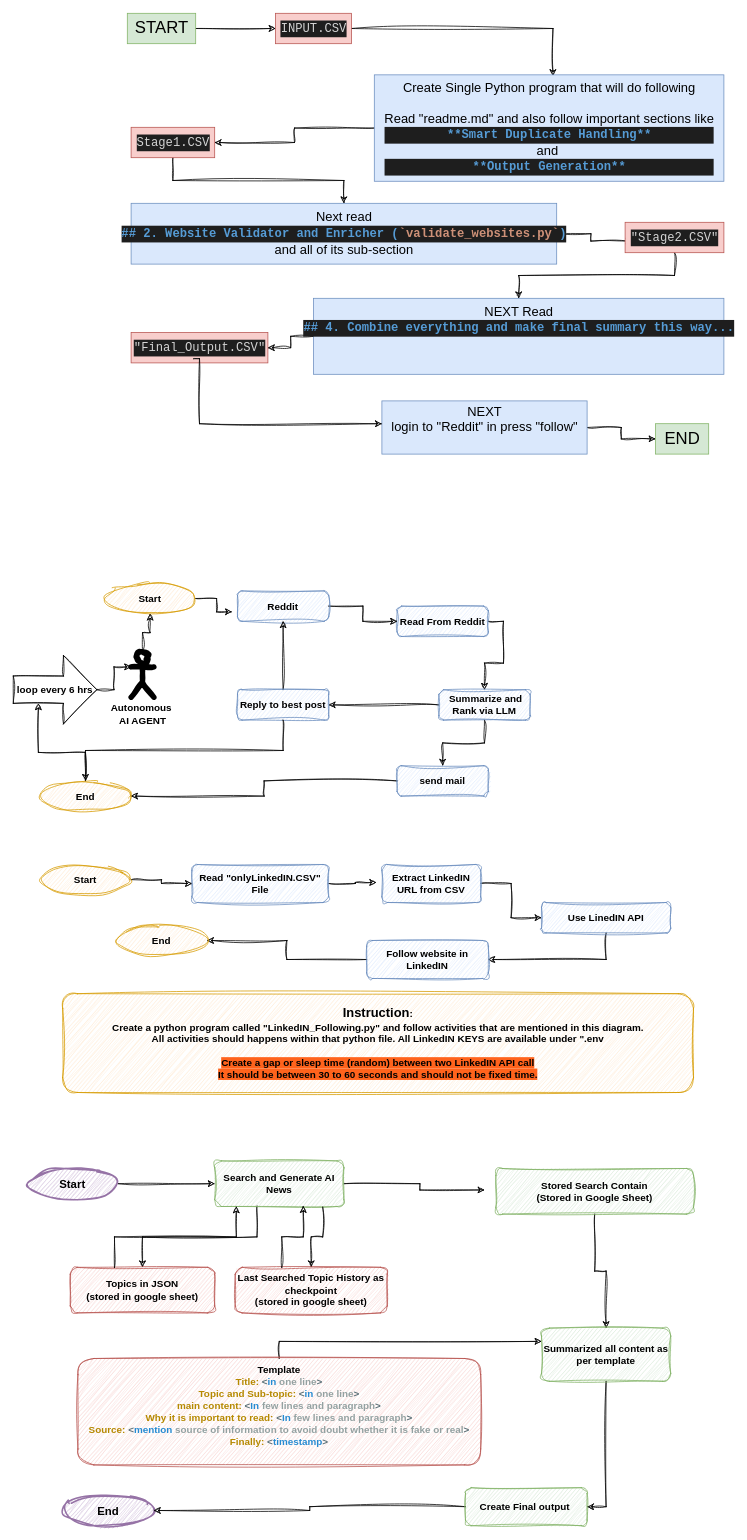
anjali52deb/draw-io keeps this draw.io diagram as tryPEN-Tool.drawio. Above is the earlier version. Source tidied: cells renumbered, new cells numbered last; positions are measured from the earlier drawing's top-left corner, leaving out a move shared by most shapes. Both pictures are drawn from the tidied source at 76%, with x=0, y=0 at pixel (13, 13).
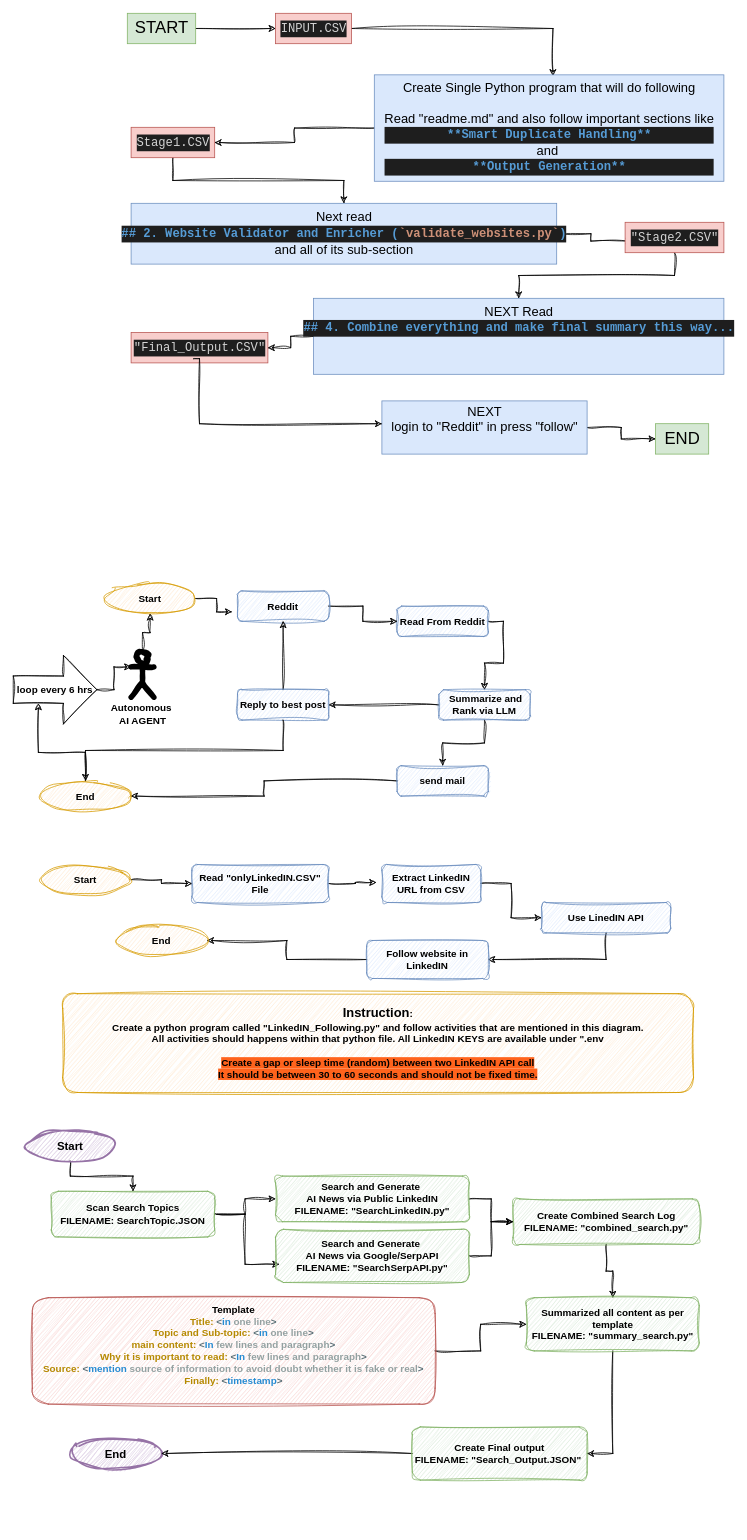
The same page after the edit.

Diff of the diagram source:
```diff
@@
-    <mxCell id="53" style="edgeStyle=orthogonalEdgeStyle;rounded=0;sketch=1;hachureGap=4;jiggle=2;curveFitting=1;jettySize=auto;html=1;fontFamily=Architects Daughter;entryX=-0.058;entryY=0.471;entryDx=0;entryDy=0;entryPerimeter=0;" parent="1" edge="1" source="55" target="58">
+    <mxCell id="53" style="edgeStyle=orthogonalEdgeStyle;rounded=0;sketch=1;hachureGap=4;jiggle=2;curveFitting=1;jettySize=auto;html=1;fontFamily=Architects Daughter;entryX=0;entryY=0.5;entryDx=0;entryDy=0;" parent="1" edge="1" source="55" target="58">
       <mxGeometry relative="1" as="geometry" />
     </mxCell>
-    <mxCell id="54" style="edgeStyle=orthogonalEdgeStyle;rounded=0;sketch=1;hachureGap=4;jiggle=2;curveFitting=1;jettySize=auto;html=1;fontFamily=Architects Daughter;exitX=0.327;exitY=0.99;exitDx=0;exitDy=0;exitPerimeter=0;" parent="1" edge="1" source="55" target="65">
-      <mxGeometry relative="1" as="geometry" />
-    </mxCell>
-    <mxCell id="55" value="Search and Generate AI News" style="rounded=1;whiteSpace=wrap;html=1;sketch=1;hachureGap=4;jiggle=2;curveFitting=1;fontFamily=Helvetica;fontSize=13;fontStyle=1;fillColor=#d5e8d4;strokeColor=#82b366;" parent="1" vertex="1">
-      <mxGeometry x="265" y="1510" width="170" height="60" as="geometry" />
+    <mxCell id="55" value="&lt;div&gt;Search and Generate&amp;nbsp;&lt;/div&gt;&lt;div&gt;AI News&amp;nbsp;via Public LinkedIN&lt;br&gt;FILENAME: &quot;SearchLinkedIN.py&quot;&lt;/div&gt;" style="rounded=1;whiteSpace=wrap;html=1;sketch=1;hachureGap=4;jiggle=2;curveFitting=1;fontFamily=Helvetica;fontSize=13;fontStyle=1;fillColor=#d5e8d4;strokeColor=#82b366;" parent="1" vertex="1">
+      <mxGeometry x="345" y="1530" width="255" height="60" as="geometry" />
     </mxCell>
@@
-    <mxCell id="58" value="&lt;div&gt;Stored Search Contain&lt;/div&gt;&lt;div&gt;(Stored in Google Sheet)&lt;/div&gt;" style="rounded=1;whiteSpace=wrap;html=1;sketch=1;hachureGap=4;jiggle=2;curveFitting=1;fontFamily=Helvetica;fontSize=13;fontStyle=1;fillColor=#d5e8d4;strokeColor=#82b366;" parent="1" vertex="1">
-      <mxGeometry x="635" y="1520" width="260" height="60" as="geometry" />
+    <mxCell id="58" value="&lt;div&gt;Create Combined Search Log&lt;/div&gt;&lt;div&gt;FILENAME: &quot;combined_search.py&quot;&lt;/div&gt;" style="rounded=1;whiteSpace=wrap;html=1;sketch=1;hachureGap=4;jiggle=2;curveFitting=1;fontFamily=Helvetica;fontSize=13;fontStyle=1;fillColor=#d5e8d4;strokeColor=#82b366;" parent="1" vertex="1">
+      <mxGeometry x="657.5" y="1560" width="245" height="60" as="geometry" />
     </mxCell>
-    <mxCell id="59" style="edgeStyle=orthogonalEdgeStyle;rounded=0;sketch=1;hachureGap=4;jiggle=2;curveFitting=1;jettySize=auto;html=1;fontFamily=Architects Daughter;" parent="1" edge="1" source="60" target="55">
+    <mxCell id="59" style="edgeStyle=orthogonalEdgeStyle;rounded=0;sketch=1;hachureGap=4;jiggle=2;curveFitting=1;jettySize=auto;html=1;fontFamily=Architects Daughter;exitX=1;exitY=0.5;exitDx=0;exitDy=0;entryX=0;entryY=0.5;entryDx=0;entryDy=0;" parent="1" edge="1" source="76" target="55">
       <mxGeometry relative="1" as="geometry" />
     </mxCell>
+    <mxCell id="72" style="edgeStyle=orthogonalEdgeStyle;rounded=0;sketch=1;hachureGap=4;jiggle=2;curveFitting=1;jettySize=auto;html=1;fontFamily=Architects Daughter;entryX=0.019;entryY=0.657;entryDx=0;entryDy=0;entryPerimeter=0;exitX=1;exitY=0.5;exitDx=0;exitDy=0;" parent="1" edge="1" source="76" target="75">
+      <mxGeometry relative="1" as="geometry" />
+    </mxCell>
+    <mxCell id="73" style="edgeStyle=orthogonalEdgeStyle;rounded=0;sketch=1;hachureGap=4;jiggle=2;curveFitting=1;jettySize=auto;html=1;fontFamily=Architects Daughter;" parent="1" edge="1" source="60" target="76">
+      <mxGeometry relative="1" as="geometry" />
+    </mxCell>
     <mxCell id="60" value="Start" style="ellipse;whiteSpace=wrap;html=1;sketch=1;hachureGap=4;jiggle=2;curveFitting=1;fontFamily=Helvetica;fontSize=15;fontStyle=1;fillColor=#e1d5e7;strokeColor=#9673a6;strokeWidth=2;" parent="1" vertex="1">
-      <mxGeometry x="18" y="1520" width="120" height="40" as="geometry" />
+      <mxGeometry x="15" y="1470" width="120" height="40" as="geometry" />
     </mxCell>
     <mxCell id="61" value="End" style="ellipse;whiteSpace=wrap;html=1;sketch=1;hachureGap=4;jiggle=2;curveFitting=1;fontFamily=Helvetica;fontSize=15;fontStyle=1;fillColor=#e1d5e7;strokeColor=#9673a6;strokeWidth=2;" parent="1" vertex="1">
-      <mxGeometry x="65" y="1950" width="120" height="40" as="geometry" />
+      <mxGeometry x="75" y="1875" width="120" height="40" as="geometry" />
     </mxCell>
-    <mxCell id="62" value="Summarized all content as per template" style="rounded=1;whiteSpace=wrap;html=1;sketch=1;hachureGap=4;jiggle=2;curveFitting=1;fontFamily=Helvetica;fontSize=13;fontStyle=1;fillColor=#d5e8d4;strokeColor=#82b366;" parent="1" vertex="1">
-      <mxGeometry x="695" y="1730" width="170" height="70" as="geometry" />
+    <mxCell id="62" value="Summarized all content as per template&lt;br&gt;FILENAME: &quot;summary_search.py&quot;" style="rounded=1;whiteSpace=wrap;html=1;sketch=1;hachureGap=4;jiggle=2;curveFitting=1;fontFamily=Helvetica;fontSize=13;fontStyle=1;fillColor=#d5e8d4;strokeColor=#82b366;" parent="1" vertex="1">
+      <mxGeometry x="675" y="1690" width="227.5" height="70" as="geometry" />
     </mxCell>
@@
-    <mxCell id="64" value="Create Final output&amp;nbsp;" style="rounded=1;whiteSpace=wrap;html=1;sketch=1;hachureGap=4;jiggle=2;curveFitting=1;fontFamily=Helvetica;fontSize=13;fontStyle=1;fillColor=#d5e8d4;strokeColor=#82b366;" parent="1" vertex="1">
-      <mxGeometry x="595" y="1940" width="160" height="50" as="geometry" />
+    <mxCell id="64" value="&lt;div&gt;Create Final output&lt;/div&gt;&lt;div&gt;FILENAME: &quot;Search_Output.JSON&quot;&amp;nbsp;&lt;/div&gt;" style="rounded=1;whiteSpace=wrap;html=1;sketch=1;hachureGap=4;jiggle=2;curveFitting=1;fontFamily=Helvetica;fontSize=13;fontStyle=1;fillColor=#d5e8d4;strokeColor=#82b366;" parent="1" vertex="1">
+      <mxGeometry x="525" y="1860" width="230" height="70" as="geometry" />
     </mxCell>
-    <mxCell id="65" value="&lt;div&gt;Topics in JSON&lt;/div&gt;&lt;div&gt;(stored in google sheet)&lt;/div&gt;" style="rounded=1;whiteSpace=wrap;html=1;sketch=1;hachureGap=4;jiggle=2;curveFitting=1;fontFamily=Helvetica;fontSize=13;fontStyle=1;fillColor=#f8cecc;strokeColor=#b85450;" parent="1" vertex="1">
-      <mxGeometry x="75" y="1650" width="190" height="60" as="geometry" />
-    </mxCell>
-    <mxCell id="66" style="edgeStyle=orthogonalEdgeStyle;rounded=0;sketch=1;hachureGap=4;jiggle=2;curveFitting=1;jettySize=auto;html=1;fontFamily=Architects Daughter;exitX=0.306;exitY=0.007;exitDx=0;exitDy=0;exitPerimeter=0;entryX=0.167;entryY=1;entryDx=0;entryDy=0;entryPerimeter=0;" parent="1" edge="1" source="65" target="55">
-      <mxGeometry relative="1" as="geometry" />
-    </mxCell>
-    <mxCell id="67" style="edgeStyle=orthogonalEdgeStyle;rounded=0;sketch=1;hachureGap=4;jiggle=2;curveFitting=1;jettySize=auto;html=1;fontFamily=Architects Daughter;exitX=0.836;exitY=1.014;exitDx=0;exitDy=0;exitPerimeter=0;" parent="1" edge="1" source="55" target="68">
-      <mxGeometry relative="1" as="geometry" />
-    </mxCell>
-    <mxCell id="68" value="&lt;div&gt;Last Searched Topic History as checkpoint&lt;/div&gt;&lt;div&gt;(stored in google sheet)&lt;/div&gt;" style="rounded=1;whiteSpace=wrap;html=1;sketch=1;hachureGap=4;jiggle=2;curveFitting=1;fontFamily=Helvetica;fontSize=13;fontStyle=1;fillColor=#f8cecc;strokeColor=#b85450;" parent="1" vertex="1">
-      <mxGeometry x="292" y="1650" width="200" height="60" as="geometry" />
-    </mxCell>
-    <mxCell id="69" style="edgeStyle=orthogonalEdgeStyle;rounded=0;sketch=1;hachureGap=4;jiggle=2;curveFitting=1;jettySize=auto;html=1;fontFamily=Architects Daughter;exitX=0.306;exitY=0.007;exitDx=0;exitDy=0;exitPerimeter=0;entryX=0.685;entryY=0.99;entryDx=0;entryDy=0;entryPerimeter=0;" parent="1" edge="1" source="68" target="55">
-      <mxGeometry relative="1" as="geometry" />
-    </mxCell>
-    <mxCell id="70" style="edgeStyle=orthogonalEdgeStyle;rounded=0;sketch=1;hachureGap=4;jiggle=2;curveFitting=1;jettySize=auto;html=1;fontFamily=Architects Daughter;entryX=0;entryY=0.25;entryDx=0;entryDy=0;exitX=0.5;exitY=0;exitDx=0;exitDy=0;" parent="1" edge="1" source="71" target="62">
+    <mxCell id="70" style="edgeStyle=orthogonalEdgeStyle;rounded=0;sketch=1;hachureGap=4;jiggle=2;curveFitting=1;jettySize=auto;html=1;fontFamily=Architects Daughter;entryX=0;entryY=0.5;entryDx=0;entryDy=0;exitX=1;exitY=0.5;exitDx=0;exitDy=0;" parent="1" edge="1" source="71" target="62">
       <mxGeometry relative="1" as="geometry" />
     </mxCell>
     <mxCell id="71" value="&lt;div&gt;Template&lt;/div&gt;&lt;div&gt;&lt;span style=&quot;color: rgb(181, 137, 0); white-space: pre;&quot;&gt;Title: &lt;/span&gt;&lt;span style=&quot;color: rgb(88, 110, 117); white-space: pre;&quot;&gt;&amp;lt;&lt;/span&gt;&lt;span style=&quot;color: rgb(38, 139, 210); white-space: pre;&quot;&gt;in&lt;/span&gt;&lt;span style=&quot;color: rgb(181, 137, 0); white-space: pre;&quot;&gt; &lt;/span&gt;&lt;span style=&quot;color: rgb(147, 161, 161); white-space: pre;&quot;&gt;one&lt;/span&gt;&lt;span style=&quot;color: rgb(181, 137, 0); white-space: pre;&quot;&gt; &lt;/span&gt;&lt;span style=&quot;color: rgb(147, 161, 161); white-space: pre;&quot;&gt;line&lt;/span&gt;&lt;span style=&quot;color: rgb(88, 110, 117); white-space: pre;&quot;&gt;&amp;gt;&lt;/span&gt;&lt;/div&gt;&lt;div&gt;&lt;span style=&quot;color: rgb(181, 137, 0); white-space: pre;&quot;&gt;Topic and Sub-topic: &lt;/span&gt;&lt;span style=&quot;color: rgb(88, 110, 117); white-space: pre;&quot;&gt;&amp;lt;&lt;/span&gt;&lt;span style=&quot;color: rgb(38, 139, 210); white-space: pre;&quot;&gt;in&lt;/span&gt;&lt;span style=&quot;color: rgb(181, 137, 0); white-space: pre;&quot;&gt; &lt;/span&gt;&lt;span style=&quot;color: rgb(147, 161, 161); white-space: pre;&quot;&gt;one&lt;/span&gt;&lt;span style=&quot;color: rgb(181, 137, 0); white-space: pre;&quot;&gt; &lt;/span&gt;&lt;span style=&quot;color: rgb(147, 161, 161); white-space: pre;&quot;&gt;line&lt;/span&gt;&lt;span style=&quot;color: rgb(88, 110, 117); white-space: pre;&quot;&gt;&amp;gt;&lt;/span&gt;&lt;/div&gt;&lt;div&gt;&lt;span style=&quot;color: rgb(181, 137, 0); white-space: pre;&quot;&gt;main content: &lt;/span&gt;&lt;span style=&quot;color: rgb(88, 110, 117); white-space: pre;&quot;&gt;&amp;lt;&lt;/span&gt;&lt;span style=&quot;color: rgb(38, 139, 210); white-space: pre;&quot;&gt;In&lt;/span&gt;&lt;span style=&quot;color: rgb(181, 137, 0); white-space: pre;&quot;&gt; &lt;/span&gt;&lt;span style=&quot;color: rgb(147, 161, 161); white-space: pre;&quot;&gt;few&lt;/span&gt;&lt;span style=&quot;color: rgb(181, 137, 0); white-space: pre;&quot;&gt; &lt;/span&gt;&lt;span style=&quot;color: rgb(147, 161, 161); white-space: pre;&quot;&gt;lines&lt;/span&gt;&lt;span style=&quot;color: rgb(181, 137, 0); white-space: pre;&quot;&gt; &lt;/span&gt;&lt;span style=&quot;color: rgb(147, 161, 161); white-space: pre;&quot;&gt;and&lt;/span&gt;&lt;span style=&quot;color: rgb(181, 137, 0); white-space: pre;&quot;&gt; &lt;/span&gt;&lt;span style=&quot;color: rgb(147, 161, 161); white-space: pre;&quot;&gt;paragraph&lt;/span&gt;&lt;span style=&quot;color: rgb(88, 110, 117); white-space: pre;&quot;&gt;&amp;gt;&lt;/span&gt;&lt;/div&gt;&lt;div&gt;&lt;span style=&quot;color: rgb(181, 137, 0); white-space: pre;&quot;&gt;Why it is important to read: &lt;/span&gt;&lt;span style=&quot;color: rgb(88, 110, 117); white-space: pre;&quot;&gt;&amp;lt;&lt;/span&gt;&lt;span style=&quot;color: rgb(38, 139, 210); white-space: pre;&quot;&gt;In&lt;/span&gt;&lt;span style=&quot;color: rgb(181, 137, 0); white-space: pre;&quot;&gt; &lt;/span&gt;&lt;span style=&quot;color: rgb(147, 161, 161); white-space: pre;&quot;&gt;few&lt;/span&gt;&lt;span style=&quot;color: rgb(181, 137, 0); white-space: pre;&quot;&gt; &lt;/span&gt;&lt;span style=&quot;color: rgb(147, 161, 161); white-space: pre;&quot;&gt;lines&lt;/span&gt;&lt;span style=&quot;color: rgb(181, 137, 0); white-space: pre;&quot;&gt; &lt;/span&gt;&lt;span style=&quot;color: rgb(147, 161, 161); white-space: pre;&quot;&gt;and&lt;/span&gt;&lt;span style=&quot;color: rgb(181, 137, 0); white-space: pre;&quot;&gt; &lt;/span&gt;&lt;span style=&quot;color: rgb(147, 161, 161); white-space: pre;&quot;&gt;paragraph&lt;/span&gt;&lt;span style=&quot;color: rgb(88, 110, 117); white-space: pre;&quot;&gt;&amp;gt;&lt;/span&gt;&lt;/div&gt;&lt;div&gt;&lt;span style=&quot;color: rgb(181, 137, 0); white-space: pre;&quot;&gt;Source: &lt;/span&gt;&lt;span style=&quot;color: rgb(88, 110, 117); white-space: pre;&quot;&gt;&amp;lt;&lt;/span&gt;&lt;span style=&quot;color: rgb(38, 139, 210); white-space: pre;&quot;&gt;mention&lt;/span&gt;&lt;span style=&quot;color: rgb(181, 137, 0); white-space: pre;&quot;&gt; &lt;/span&gt;&lt;span style=&quot;color: rgb(147, 161, 161); white-space: pre;&quot;&gt;source&lt;/span&gt;&lt;span style=&quot;color: rgb(181, 137, 0); white-space: pre;&quot;&gt; &lt;/span&gt;&lt;span style=&quot;color: rgb(147, 161, 161); white-space: pre;&quot;&gt;of&lt;/span&gt;&lt;span style=&quot;color: rgb(181, 137, 0); white-space: pre;&quot;&gt; &lt;/span&gt;&lt;span style=&quot;color: rgb(147, 161, 161); white-space: pre;&quot;&gt;information&lt;/span&gt;&lt;span style=&quot;color: rgb(181, 137, 0); white-space: pre;&quot;&gt; &lt;/span&gt;&lt;span style=&quot;color: rgb(147, 161, 161); white-space: pre;&quot;&gt;to&lt;/span&gt;&lt;span style=&quot;color: rgb(181, 137, 0); white-space: pre;&quot;&gt; &lt;/span&gt;&lt;span style=&quot;color: rgb(147, 161, 161); white-space: pre;&quot;&gt;avoid&lt;/span&gt;&lt;span style=&quot;color: rgb(181, 137, 0); white-space: pre;&quot;&gt; &lt;/span&gt;&lt;span style=&quot;color: rgb(147, 161, 161); white-space: pre;&quot;&gt;doubt&lt;/span&gt;&lt;span style=&quot;color: rgb(181, 137, 0); white-space: pre;&quot;&gt; &lt;/span&gt;&lt;span style=&quot;color: rgb(147, 161, 161); white-space: pre;&quot;&gt;whether&lt;/span&gt;&lt;span style=&quot;color: rgb(181, 137, 0); white-space: pre;&quot;&gt; &lt;/span&gt;&lt;span style=&quot;color: rgb(147, 161, 161); white-space: pre;&quot;&gt;it&lt;/span&gt;&lt;span style=&quot;color: rgb(181, 137, 0); white-space: pre;&quot;&gt; &lt;/span&gt;&lt;span style=&quot;color: rgb(147, 161, 161); white-space: pre;&quot;&gt;is&lt;/span&gt;&lt;span style=&quot;color: rgb(181, 137, 0); white-space: pre;&quot;&gt; &lt;/span&gt;&lt;span style=&quot;color: rgb(147, 161, 161); white-space: pre;&quot;&gt;fake&lt;/span&gt;&lt;span style=&quot;color: rgb(181, 137, 0); white-space: pre;&quot;&gt; &lt;/span&gt;&lt;span style=&quot;color: rgb(147, 161, 161); white-space: pre;&quot;&gt;or&lt;/span&gt;&lt;span style=&quot;color: rgb(181, 137, 0); white-space: pre;&quot;&gt; &lt;/span&gt;&lt;span style=&quot;color: rgb(147, 161, 161); white-space: pre;&quot;&gt;real&lt;/span&gt;&lt;span style=&quot;color: rgb(88, 110, 117); white-space: pre;&quot;&gt;&amp;gt;&lt;/span&gt;&lt;div style=&quot;white-space: pre;&quot;&gt;&lt;span style=&quot;color: rgb(181, 137, 0);&quot;&gt;Finally: &lt;/span&gt;&lt;span style=&quot;color: rgb(88, 110, 117);&quot;&gt;&amp;lt;&lt;/span&gt;&lt;span style=&quot;color: rgb(38, 139, 210);&quot;&gt;timestamp&lt;/span&gt;&lt;span style=&quot;color: rgb(88, 110, 117);&quot;&gt;&amp;gt;&lt;/span&gt;&lt;/div&gt;&lt;/div&gt;&lt;div&gt;&lt;br&gt;&lt;/div&gt;" style="rounded=1;whiteSpace=wrap;html=1;sketch=1;hachureGap=4;jiggle=2;curveFitting=1;fontFamily=Helvetica;fontSize=13;fontStyle=1;fillColor=#f8cecc;strokeColor=#b85450;align=center;" parent="1" vertex="1">
-      <mxGeometry x="85" y="1770" width="530" height="140" as="geometry" />
+      <mxGeometry x="25" y="1690" width="530" height="140" as="geometry" />
     </mxCell>
+    <mxCell id="74" style="edgeStyle=orthogonalEdgeStyle;rounded=0;sketch=1;hachureGap=4;jiggle=2;curveFitting=1;jettySize=auto;html=1;fontFamily=Architects Daughter;entryX=0;entryY=0.5;entryDx=0;entryDy=0;" parent="1" edge="1" source="75" target="58">
+      <mxGeometry relative="1" as="geometry" />
+    </mxCell>
+    <mxCell id="75" value="&lt;div&gt;Search and Generate&amp;nbsp;&lt;/div&gt;&lt;div&gt;AI News via Google/SerpAPI&lt;/div&gt;&lt;div&gt;FILENAME: &quot;SearchSerpAPI.py&quot;&lt;/div&gt;" style="rounded=1;whiteSpace=wrap;html=1;sketch=1;hachureGap=4;jiggle=2;curveFitting=1;fontFamily=Helvetica;fontSize=13;fontStyle=1;fillColor=#d5e8d4;strokeColor=#82b366;" parent="1" vertex="1">
+      <mxGeometry x="345" y="1600" width="255" height="70" as="geometry" />
+    </mxCell>
+    <mxCell id="76" value="Scan Search Topics&lt;br&gt;FILENAME: SearchTopic.JSON" style="rounded=1;whiteSpace=wrap;html=1;sketch=1;hachureGap=4;jiggle=2;curveFitting=1;fontFamily=Helvetica;fontSize=13;fontStyle=1;fillColor=#d5e8d4;strokeColor=#82b366;" parent="1" vertex="1">
+      <mxGeometry x="50" y="1550" width="215" height="60" as="geometry" />
+    </mxCell>
```
